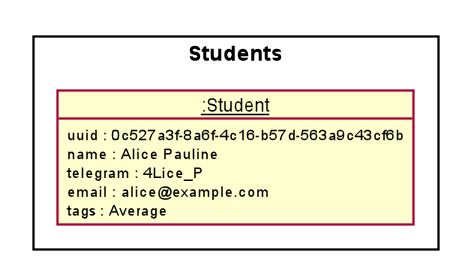
Above: docs/images/StudentUUID.png in ypinhsuan/tp (PlantUML), before the change. Its source is kept beside it as docs/diagrams/StudentUUID.puml.
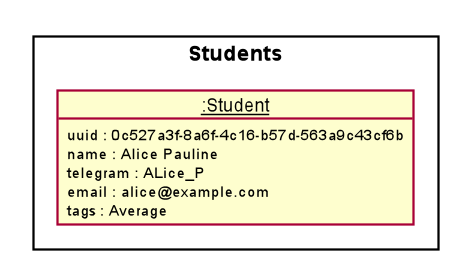
The same diagram one commit later.

What changed in the source:
```diff
@@ -9,7 +9,7 @@
     object "<u>:Student" as Student {
         uuid : 0c527a3f-8a6f-4c16-b57d-563a9c43cf6b
         name : Alice Pauline
-        telegram : 4Lice_P
+        telegram : ALice_P
         email : alice@example.com
         tags : Average
     }
```
